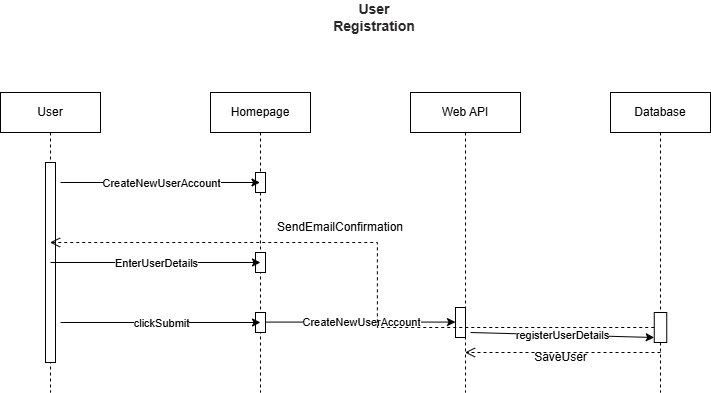
Above: sequence_diagram_userregistration.drawio.png in hedjouj/holbertonschool-hbnb (draw.io), before the change. Source tidied: cells renumbered, new cells last; positions are measured from the earlier drawing's top-left corner, leaving out a move shared by most shapes.
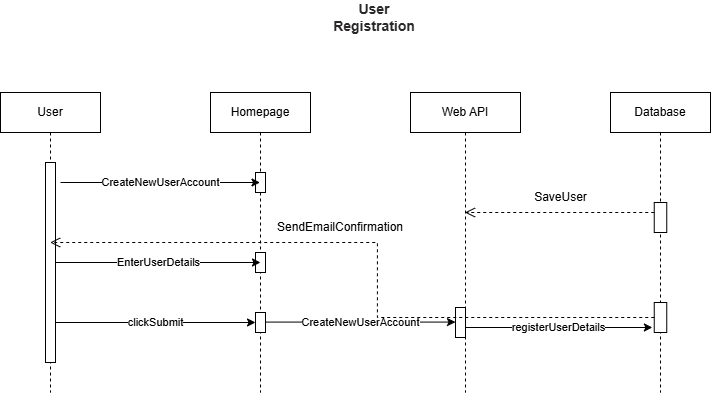
The same diagram one commit later.

Change to the diagram source:
```diff
@@ -12,8 +12,11 @@
       <mxGeometry x="610" y="90" width="100" height="300" as="geometry" />
     </mxCell>
     <mxCell id="5" style="html=1;points=[[0,0,0,0,5],[0,1,0,0,-5],[1,0,0,0,5],[1,1,0,0,-5]];perimeter=orthogonalPerimeter;outlineConnect=0;targetShapes=umlLifeline;portConstraint=eastwest;newEdgeStyle={&quot;curved&quot;:0,&quot;rounded&quot;:0};" parent="4" vertex="1">
-      <mxGeometry x="43.8" y="220" width="12.5" height="30" as="geometry" />
+      <mxGeometry x="43.8" y="210" width="12.5" height="30" as="geometry" />
     </mxCell>
+    <mxCell id="27" style="html=1;points=[[0,0,0,0,5],[0,1,0,0,-5],[1,0,0,0,5],[1,1,0,0,-5]];perimeter=orthogonalPerimeter;outlineConnect=0;targetShapes=umlLifeline;portConstraint=eastwest;newEdgeStyle={&quot;curved&quot;:0,&quot;rounded&quot;:0};" parent="4" vertex="1">
+      <mxGeometry x="43.8" y="110" width="12.5" height="30" as="geometry" />
+    </mxCell>
     <mxCell id="6" value="&lt;div&gt;Web API&lt;/div&gt;" style="shape=umlLifeline;perimeter=lifelinePerimeter;whiteSpace=wrap;html=1;outlineConnect=0;portConstraint=eastwest;newEdgeStyle={&quot;curved&quot;:0,&quot;rounded&quot;:0};" parent="1" vertex="1">
       <mxGeometry x="410" y="90" width="110" height="300" as="geometry" />
     </mxCell>
@@ -40,10 +43,8 @@
     <mxCell id="13" value="CreateNewUserAccount" style="edgeLabel;html=1;align=center;verticalAlign=middle;" parent="12" vertex="1">
       <mxGeometry relative="1" as="geometry" />
     </mxCell>
-    <mxCell id="14" style="endArrow=classic;html=1;rounded=0;" parent="1" edge="1">
+    <mxCell id="14" style="endArrow=classic;html=1;rounded=0;entryX=0.5;entryY=0.5;entryDx=0;entryDy=0;entryPerimeter=0;" parent="1" edge="1" source="3" target="10">
       <mxGeometry relative="1" as="geometry">
-        <mxPoint x="50" y="260" as="sourcePoint" />
-        <mxPoint x="260" y="260" as="targetPoint" />
         <Array as="points">
           <mxPoint x="130" y="260" />
         </Array>
@@ -52,10 +53,8 @@
     <mxCell id="15" value="EnterUserDetails" style="edgeLabel;html=1;align=center;verticalAlign=middle;" parent="14" vertex="1">
       <mxGeometry relative="1" as="geometry" />
     </mxCell>
-    <mxCell id="16" style="endArrow=classic;html=1;rounded=0;" parent="1" edge="1">
+    <mxCell id="16" style="endArrow=classic;html=1;rounded=0;" parent="1" edge="1" source="3" target="11">
       <mxGeometry relative="1" as="geometry">
-        <mxPoint x="60" y="320" as="sourcePoint" />
-        <mxPoint x="260" y="320" as="targetPoint" />
         <Array as="points">
           <mxPoint x="140" y="320" />
         </Array>
@@ -72,9 +71,9 @@
     <mxCell id="19" value="CreateNewUserAccount" style="edgeLabel;html=1;align=center;verticalAlign=middle;" parent="18" vertex="1">
       <mxGeometry relative="1" as="geometry" />
     </mxCell>
-    <mxCell id="20" style="endArrow=classic;html=1;rounded=0;entryX=0;entryY=1;entryDx=0;entryDy=-5;entryPerimeter=0;" parent="1" edge="1" target="5">
+    <mxCell id="20" style="endArrow=classic;html=1;rounded=0;entryX=0;entryY=1;entryDx=0;entryDy=-5;entryPerimeter=0;" parent="1" edge="1" source="6">
       <mxGeometry relative="1" as="geometry">
-        <mxPoint x="470" y="330" as="sourcePoint" />
+        <mxPoint x="651.9" y="325" as="targetPoint" />
       </mxGeometry>
     </mxCell>
     <mxCell id="21" value="registerUserDetails" style="edgeLabel;html=1;align=center;verticalAlign=middle;" parent="20" vertex="1">
@@ -83,13 +82,13 @@
     <mxCell id="22" value="&lt;strong style=&quot;box-sizing: border-box; font-weight: bold; color: rgb(41, 39, 40); font-family: aktiv-grotesk, sans-serif; font-size: 14px; text-align: left; background-color: rgb(255, 255, 255);&quot;&gt;User Registration&lt;/strong&gt;" style="text;html=1;align=center;verticalAlign=middle;whiteSpace=wrap;rounded=0;" parent="1" vertex="1">
       <mxGeometry x="344" width="60" height="30" as="geometry" />
     </mxCell>
-    <mxCell id="23" style="html=1;verticalAlign=bottom;endArrow=open;dashed=1;endSize=8;curved=0;rounded=0;" parent="1" edge="1" target="6">
+    <mxCell id="23" style="html=1;verticalAlign=bottom;endArrow=open;dashed=1;endSize=8;curved=0;rounded=0;fontStyle=1;" parent="1" edge="1" source="27">
       <mxGeometry relative="1" as="geometry">
-        <mxPoint x="660" y="350" as="sourcePoint" />
+        <mxPoint x="464.5" y="210" as="targetPoint" />
       </mxGeometry>
     </mxCell>
     <mxCell id="24" value="SaveUser" style="text;html=1;align=center;verticalAlign=middle;strokeColor=none;fillColor=none;" parent="1" vertex="1">
-      <mxGeometry x="520" y="340" width="80" height="30" as="geometry" />
+      <mxGeometry x="520" y="180" width="80" height="30" as="geometry" />
     </mxCell>
     <mxCell id="25" value="SendEmailConfirmation" style="text;html=1;align=center;verticalAlign=middle;whiteSpace=wrap;rounded=0;" parent="1" vertex="1">
       <mxGeometry x="310" y="210" width="60" height="30" as="geometry" />
```
